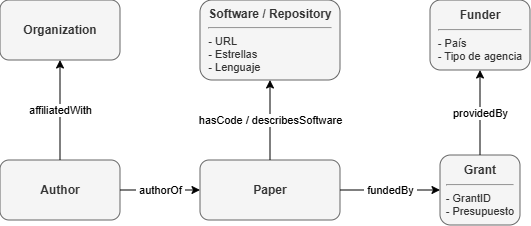
The draw.io diagram diagrama.png in juannavarromoraa/iaos, before a commit. Source tidied: cells renumbered, new cells last; positions are measured from the earlier drawing's top-left corner, leaving out a move shared by most shapes.
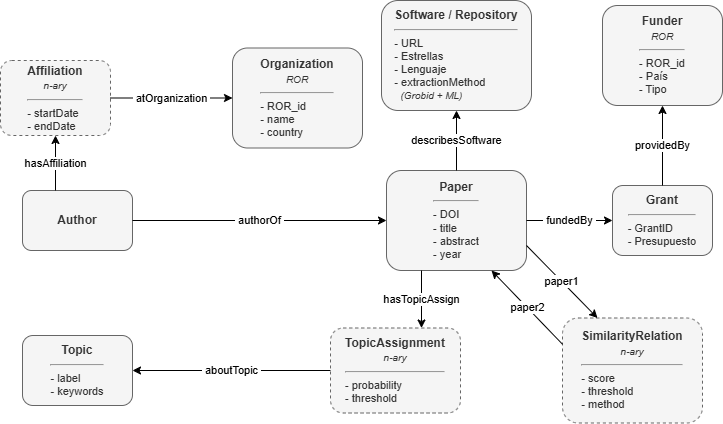
After the commit.

Commit message:
Actualizado con diagrama corregido

What changed in the source:
```diff
@@ -2,38 +2,67 @@
   <root>
     <mxCell id="0" />
     <mxCell id="1" parent="0" />
-    <mxCell id="2" value="&lt;b&gt;Organization&lt;/b&gt;" style="rounded=1;whiteSpace=wrap;html=1;fillColor=#f5f5f5;strokeColor=#666666;fontColor=#333333;" parent="1" vertex="1">
-      <mxGeometry width="120" height="60" as="geometry" />
+    <mxCell id="2" value="&lt;b&gt;Organization&lt;/b&gt;&lt;br&gt;&lt;i style=&quot;font-size:10px;&quot;&gt;ROR&lt;/i&gt;&lt;hr&gt;&lt;div style=&quot;text-align:left;font-size:11px;&quot;&gt;- ROR_id&lt;br&gt;- name&lt;br&gt;- country&lt;/div&gt;" style="rounded=1;whiteSpace=wrap;html=1;fillColor=#f5f5f5;strokeColor=#666666;fontColor=#333333;" parent="1" vertex="1">
+      <mxGeometry x="100" y="27.5" width="130" height="100" as="geometry" />
     </mxCell>
+    <mxCell id="4" value="&lt;b&gt;Software / Repository&lt;/b&gt;&lt;hr&gt;&lt;div style=&quot;text-align:left;font-size:11px;&quot;&gt;- URL&lt;br&gt;- Estrellas&lt;br&gt;- Lenguaje&lt;br&gt;- extractionMethod&lt;br&gt;&amp;nbsp;&amp;nbsp;&lt;i style='font-size:10px;'&gt;(Grobid + ML)&lt;/i&gt;&lt;/div&gt;" style="rounded=1;whiteSpace=wrap;html=1;fillColor=#f5f5f5;strokeColor=#666666;fontColor=#333333;" parent="1" vertex="1">
+      <mxGeometry x="249" y="-20" width="150" height="110" as="geometry" />
+    </mxCell>
+    <mxCell id="7" value="&lt;b&gt;Funder&lt;/b&gt;&lt;br&gt;&lt;i style=&quot;font-size:10px;&quot;&gt;ROR&lt;/i&gt;&lt;hr&gt;&lt;div style=&quot;text-align:left;font-size:11px;&quot;&gt;- ROR_id&lt;br&gt;- País&lt;br&gt;- Tipo&lt;/div&gt;" style="rounded=1;whiteSpace=wrap;html=1;fillColor=#f5f5f5;strokeColor=#666666;fontColor=#333333;" parent="1" vertex="1">
+      <mxGeometry x="470" y="-15" width="120" height="100" as="geometry" />
+    </mxCell>
+    <mxCell id="13" value="&lt;b&gt;Affiliation&lt;/b&gt;&lt;br&gt;&lt;i style=&quot;font-size:10px;&quot;&gt;n-ary&lt;/i&gt;&lt;hr&gt;&lt;div style=&quot;text-align:left;font-size:11px;&quot;&gt;- startDate&lt;br&gt;- endDate&lt;/div&gt;" style="rounded=1;whiteSpace=wrap;html=1;fillColor=#f5f5f5;strokeColor=#666666;fontColor=#333333;dashed=1;" parent="1" vertex="1">
+      <mxGeometry x="-132" y="40" width="110" height="75" as="geometry" />
+    </mxCell>
     <mxCell id="3" value="&lt;b&gt;Author&lt;/b&gt;" style="rounded=1;whiteSpace=wrap;html=1;fillColor=#f5f5f5;strokeColor=#666666;fontColor=#333333;" parent="1" vertex="1">
-      <mxGeometry y="160" width="120" height="60" as="geometry" />
+      <mxGeometry x="-110" y="170" width="110" height="60" as="geometry" />
     </mxCell>
-    <mxCell id="4" value="&lt;b&gt;Software / Repository&lt;/b&gt;&lt;hr&gt;&lt;div style=&quot;text-align:left;font-size:11px;&quot;&gt;- URL&lt;br&gt;- Estrellas&lt;br&gt;- Lenguaje&lt;/div&gt;" style="rounded=1;whiteSpace=wrap;html=1;fillColor=#f5f5f5;strokeColor=#666666;fontColor=#333333;" parent="1" vertex="1">
-      <mxGeometry x="200" width="140" height="80" as="geometry" />
-    </mxCell>
-    <mxCell id="5" value="&lt;b&gt;Paper&lt;/b&gt;" style="rounded=1;whiteSpace=wrap;html=1;fillColor=#f5f5f5;strokeColor=#666666;fontColor=#333333;" parent="1" vertex="1">
-      <mxGeometry x="200" y="160" width="140" height="60" as="geometry" />
+    <mxCell id="5" value="&lt;b&gt;Paper&lt;/b&gt;&lt;hr&gt;&lt;div style=&quot;text-align:left;font-size:11px;&quot;&gt;- DOI&lt;br&gt;- title&lt;br&gt;- abstract&lt;br&gt;- year&lt;/div&gt;" style="rounded=1;whiteSpace=wrap;html=1;fillColor=#f5f5f5;strokeColor=#666666;fontColor=#333333;" parent="1" vertex="1">
+      <mxGeometry x="254" y="150" width="140" height="100" as="geometry" />
     </mxCell>
     <mxCell id="6" value="&lt;b&gt;Grant&lt;/b&gt;&lt;hr&gt;&lt;div style=&quot;text-align:left;font-size:11px;&quot;&gt;- GrantID&lt;br&gt;- Presupuesto&lt;/div&gt;" style="rounded=1;whiteSpace=wrap;html=1;fillColor=#f5f5f5;strokeColor=#666666;fontColor=#333333;" parent="1" vertex="1">
-      <mxGeometry x="440" y="155" width="80" height="70" as="geometry" />
+      <mxGeometry x="480" y="165" width="100" height="70" as="geometry" />
     </mxCell>
-    <mxCell id="7" value="&lt;b&gt;Funder&lt;/b&gt;&lt;hr&gt;&lt;div style=&quot;text-align:left;font-size:11px;&quot;&gt;- País&lt;br&gt;- Tipo de agencia&lt;/div&gt;" style="rounded=1;whiteSpace=wrap;html=1;fillColor=#f5f5f5;strokeColor=#666666;fontColor=#333333;" parent="1" vertex="1">
-      <mxGeometry x="430" width="100" height="70" as="geometry" />
-    </mxCell>
+    <mxCell id="14" value="&lt;b&gt;Topic&lt;/b&gt;&lt;hr&gt;&lt;div style=&quot;text-align:left;font-size:11px;&quot;&gt;- label&lt;br&gt;- keywords&lt;/div&gt;" style="rounded=1;whiteSpace=wrap;html=1;fillColor=#f5f5f5;strokeColor=#666666;fontColor=#333333;" parent="1" vertex="1">
+      <mxGeometry x="-110" y="315" width="110" height="70" as="geometry" />
+    </mxCell>
+    <mxCell id="15" value="&lt;b&gt;TopicAssignment&lt;/b&gt;&lt;br&gt;&lt;i style=&quot;font-size:10px;&quot;&gt;n-ary&lt;/i&gt;&lt;hr&gt;&lt;div style=&quot;text-align:left;font-size:11px;&quot;&gt;- probability&lt;br&gt;- threshold&lt;/div&gt;" style="rounded=1;whiteSpace=wrap;html=1;fillColor=#f5f5f5;strokeColor=#666666;fontColor=#333333;dashed=1;" parent="1" vertex="1">
+      <mxGeometry x="198" y="307.5" width="130" height="85" as="geometry" />
+    </mxCell>
+    <mxCell id="16" value="&lt;b&gt;SimilarityRelation&lt;/b&gt;&lt;br&gt;&lt;i style=&quot;font-size:10px;&quot;&gt;n-ary&lt;/i&gt;&lt;hr&gt;&lt;div style=&quot;text-align:left;font-size:11px;&quot;&gt;- score&lt;br&gt;- threshold&lt;br&gt;- method&lt;/div&gt;" style="rounded=1;whiteSpace=wrap;html=1;fillColor=#f5f5f5;strokeColor=#666666;fontColor=#333333;dashed=1;" parent="1" vertex="1">
+      <mxGeometry x="430" y="297.5" width="140" height="105" as="geometry" />
+    </mxCell>
+    <mxCell id="17" value="hasAffiliation" style="endArrow=classic;html=1;exitX=0.3;exitY=0;entryX=0.5;entryY=1;" parent="1" edge="1" source="3" target="13">
+      <mxGeometry relative="1" as="geometry" />
+    </mxCell>
+    <mxCell id="18" value="&amp;nbsp;atOrganization&amp;nbsp;" style="endArrow=classic;html=1;entryX=0;entryY=0.5;exitX=1;exitY=0.5;exitDx=0;exitDy=0;entryDx=0;entryDy=0;" parent="1" edge="1" source="13" target="2">
+      <mxGeometry relative="1" as="geometry" />
+    </mxCell>
     <mxCell id="8" value="&amp;nbsp;authorOf&amp;nbsp;" style="endArrow=classic;html=1;exitX=1;exitY=0.5;entryX=0;entryY=0.5;" parent="1" edge="1" source="3" target="5">
       <mxGeometry relative="1" as="geometry" />
     </mxCell>
-    <mxCell id="9" value="affiliatedWith" style="endArrow=classic;html=1;exitX=0.5;exitY=0;entryX=0.5;entryY=1;" parent="1" edge="1" source="3" target="2">
-      <mxGeometry relative="1" as="geometry" />
-    </mxCell>
-    <mxCell id="10" value="hasCode / describesSoftware" style="endArrow=classic;html=1;exitX=0.5;exitY=0;entryX=0.5;entryY=1;" parent="1" edge="1" source="5" target="4">
-      <mxGeometry relative="1" as="geometry" />
+    <mxCell id="10" value="describesSoftware" style="endArrow=classic;html=1;entryX=0.5;entryY=1;entryDx=0;entryDy=0;" parent="1" edge="1" target="4">
+      <mxGeometry relative="1" as="geometry">
+        <mxPoint x="324" y="150" as="sourcePoint" />
+      </mxGeometry>
     </mxCell>
-    <mxCell id="11" value="&amp;nbsp;fundedBy&amp;nbsp;" style="endArrow=classic;html=1;exitX=1;exitY=0.5;entryX=0;entryY=0.5;" parent="1" edge="1" source="5" target="6">
+    <mxCell id="11" value="&amp;nbsp;fundedBy&amp;nbsp;" style="endArrow=classic;html=1;exitX=1;exitY=0.5;entryX=0;entryY=0.5;entryDx=0;entryDy=0;exitDx=0;exitDy=0;" parent="1" edge="1" source="5" target="6">
       <mxGeometry relative="1" as="geometry" />
     </mxCell>
-    <mxCell id="12" value="providedBy" style="endArrow=classic;html=1;entryX=0.5;entryY=1;exitX=0.5;exitY=0;exitDx=0;exitDy=0;entryDx=0;entryDy=0;" parent="1" edge="1" source="6" target="7">
+    <mxCell id="12" value="providedBy" style="endArrow=classic;html=1;exitX=0.5;exitY=0;entryX=0.5;entryY=1;entryDx=0;entryDy=0;exitDx=0;exitDy=0;" parent="1" edge="1" source="6" target="7">
       <mxGeometry relative="1" as="geometry" />
     </mxCell>
+    <mxCell id="19" value="hasTopicAssign" style="endArrow=classic;html=1;entryX=0.7;entryY=0;exitX=0.25;exitY=1;exitDx=0;exitDy=0;" parent="1" edge="1" source="5" target="15">
+      <mxGeometry relative="1" as="geometry" />
+    </mxCell>
+    <mxCell id="20" value="&amp;nbsp;aboutTopic&amp;nbsp;" style="endArrow=classic;html=1;exitX=0;exitY=0.5;entryX=1;entryY=0.5;" parent="1" edge="1" source="15" target="14">
+      <mxGeometry relative="1" as="geometry" />
+    </mxCell>
+    <mxCell id="21" value="paper1" style="endArrow=classic;html=1;exitX=1;exitY=0.75;exitDx=0;exitDy=0;entryX=0.25;entryY=0;entryDx=0;entryDy=0;" parent="1" edge="1" source="5" target="16">
+      <mxGeometry relative="1" as="geometry" />
+    </mxCell>
+    <mxCell id="22" value="paper2" style="endArrow=classic;html=1;entryX=0.75;entryY=1;entryDx=0;entryDy=0;exitX=0;exitY=0.25;exitDx=0;exitDy=0;" parent="1" edge="1" source="16" target="5">
+      <mxGeometry relative="1" as="geometry" />
+    </mxCell>
   </root>
 </mxGraphModel>
```
